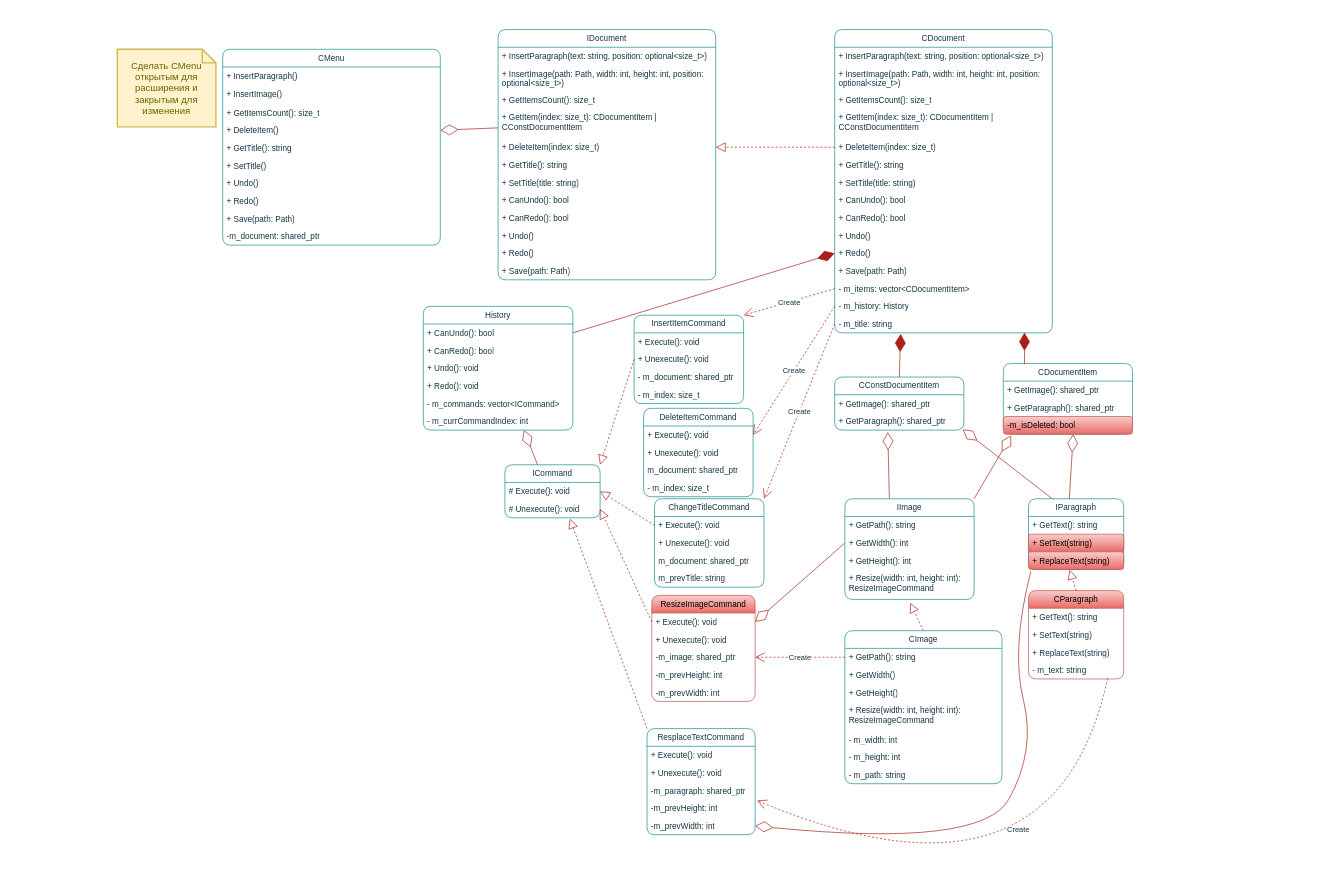
Above: lab5/DocumentEditor.drawio in KRASILNIKOV30/ood (draw.io), before the change. Source tidied: cells renumbered, new cells numbered last; positions are measured from the earlier drawing's top-left corner, leaving out a move shared by most shapes. Both pictures are drawn from the tidied source at 68%, with x=0, y=0 at pixel (117, 29).
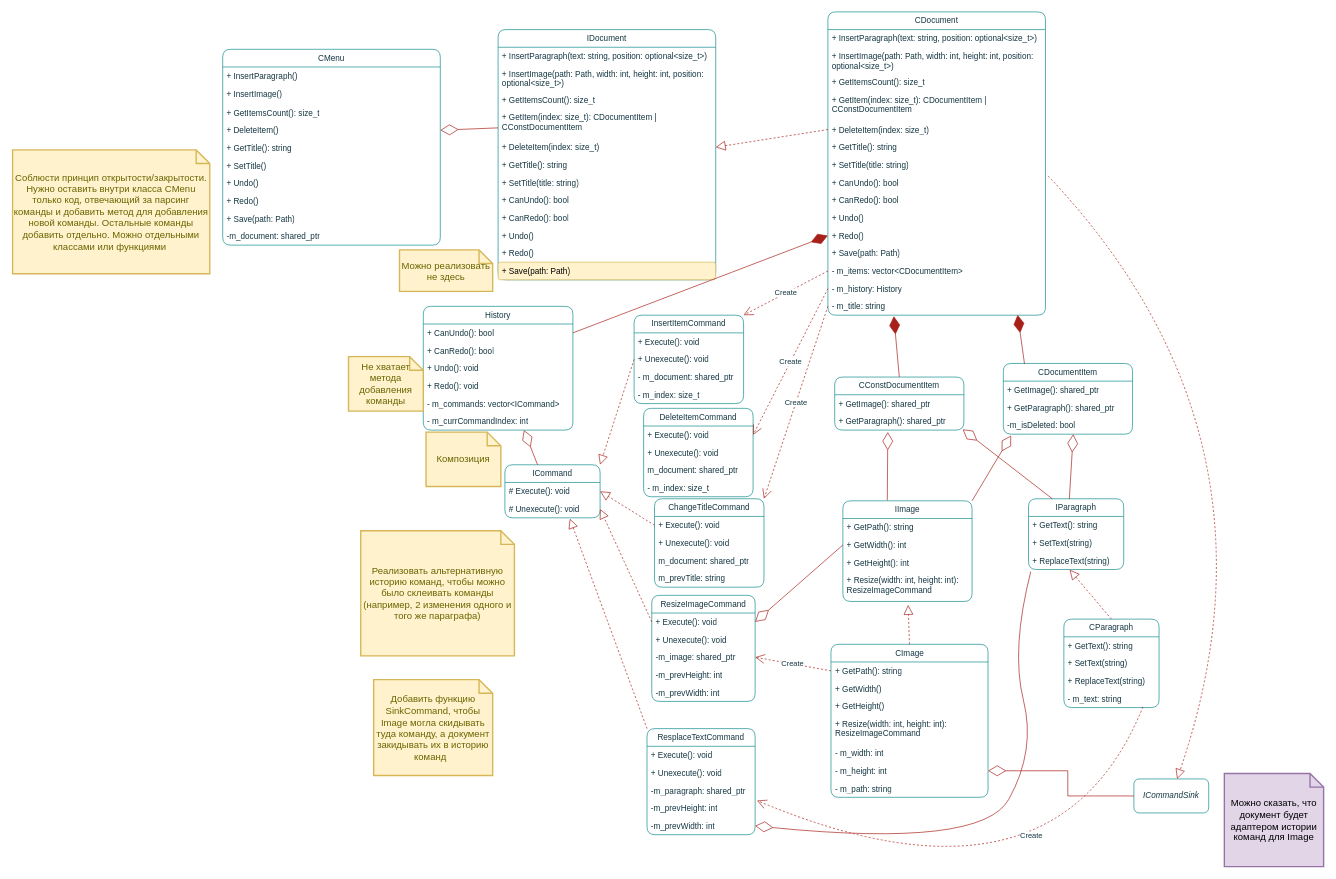
After the change.

Commit message (it also covers changes not shown here):
Обновил схему 5 лабы

Unchanged cells that the change refers to:
```xml
<mxCell id="2" value="IDocument" style="swimlane;fontStyle=0;horizontal=1;startSize=26;fillColor=none;whiteSpace=wrap;html=1;rounded=1;labelBackgroundColor=none;strokeColor=#0F8B8D;fontColor=#143642;" parent="1" vertex="1">
  <mxGeometry x="560" width="320" height="368" as="geometry" />
</mxCell>
<mxCell id="15" value="IParagraph" style="swimlane;fontStyle=0;horizontal=1;startSize=26;fillColor=none;whiteSpace=wrap;html=1;strokeColor=#0F8B8D;fontColor=#143642;rounded=1;labelBackgroundColor=none;" parent="1" vertex="1">
  <mxGeometry x="1340" y="690" width="140" height="104" as="geometry" />
</mxCell>
<mxCell id="27" value="CDocumentItem" style="swimlane;fontStyle=0;horizontal=1;startSize=26;fillColor=none;whiteSpace=wrap;html=1;strokeColor=#0F8B8D;fontColor=#143642;rounded=1;labelBackgroundColor=none;" parent="1" vertex="1">
  <mxGeometry x="1303" y="491" width="190" height="104" as="geometry" />
</mxCell>
<mxCell id="49" value="+ CanUndo(): bool&lt;span style=&quot;white-space: pre;&quot;&gt;&#9;&lt;/span&gt;" style="text;strokeColor=none;fillColor=none;align=left;verticalAlign=top;spacingLeft=4;spacingRight=4;overflow=hidden;points=[[0,0.5],[1,0.5]];portConstraint=eastwest;whiteSpace=wrap;html=1;rounded=1;labelBackgroundColor=none;fontColor=#143642;" parent="41" vertex="1">
  <mxGeometry y="238" width="320" height="26" as="geometry" />
</mxCell>
<mxCell id="84" value="- m_height: int" style="text;strokeColor=none;fillColor=none;align=left;verticalAlign=top;spacingLeft=4;spacingRight=4;overflow=hidden;points=[[0,0.5],[1,0.5]];portConstraint=eastwest;whiteSpace=wrap;html=1;fontColor=#143642;rounded=1;labelBackgroundColor=none;" parent="78" vertex="1">
  <mxGeometry y="173" width="231" height="26" as="geometry" />
</mxCell>
```

Change to the diagram source:
```diff
@@
-    <mxCell id="14" value="+ Save(path: Path)" style="text;strokeColor=none;fillColor=none;align=left;verticalAlign=top;spacingLeft=4;spacingRight=4;overflow=hidden;whiteSpace=wrap;html=1;rounded=1;labelBackgroundColor=none;fontColor=#143642;" parent="2" vertex="1">
+    <mxCell id="14" value="+ Save(path: Path)" style="text;strokeColor=#d6b656;fillColor=#fff2cc;align=left;verticalAlign=top;spacingLeft=4;spacingRight=4;overflow=hidden;whiteSpace=wrap;html=1;rounded=1;labelBackgroundColor=none;" parent="2" vertex="1">
       <mxGeometry y="342" width="320" height="26" as="geometry" />
     </mxCell>
@@
-    <mxCell id="17" value="+ SetText(string)" style="text;strokeColor=#b85450;fillColor=#f8cecc;align=left;verticalAlign=top;spacingLeft=4;spacingRight=4;overflow=hidden;whiteSpace=wrap;html=1;rounded=1;labelBackgroundColor=none;gradientColor=#ea6b66;" parent="15" vertex="1">
+    <mxCell id="17" value="+ SetText(string)" style="text;strokeColor=none;fillColor=none;align=left;verticalAlign=top;spacingLeft=4;spacingRight=4;overflow=hidden;whiteSpace=wrap;html=1;fontColor=#143642;rounded=1;labelBackgroundColor=none;" parent="15" vertex="1">
       <mxGeometry y="52" width="140" height="26" as="geometry" />
     </mxCell>
-    <mxCell id="18" value="+ ReplaceText(string)" style="text;strokeColor=#b85450;fillColor=#f8cecc;align=left;verticalAlign=top;spacingLeft=4;spacingRight=4;overflow=hidden;points=[[0,0.5],[1,0.5]];portConstraint=eastwest;whiteSpace=wrap;html=1;rounded=1;labelBackgroundColor=none;gradientColor=#ea6b66;" parent="15" vertex="1">
+    <mxCell id="18" value="+ ReplaceText(string)" style="text;strokeColor=none;fillColor=none;align=left;verticalAlign=top;spacingLeft=4;spacingRight=4;overflow=hidden;points=[[0,0.5],[1,0.5]];portConstraint=eastwest;whiteSpace=wrap;html=1;fontColor=#143642;rounded=1;labelBackgroundColor=none;" parent="15" vertex="1">
       <mxGeometry y="78" width="140" height="26" as="geometry" />
     </mxCell>
     <mxCell id="19" value="IImage" style="swimlane;fontStyle=0;horizontal=1;startSize=26;fillColor=none;whiteSpace=wrap;html=1;strokeColor=#0F8B8D;fontColor=#143642;rounded=1;labelBackgroundColor=none;" parent="1" vertex="1">
-      <mxGeometry x="1070" y="690" width="190" height="148" as="geometry" />
+      <mxGeometry x="1067" y="693" width="190" height="148" as="geometry" />
     </mxCell>
@@
-    <mxCell id="30" value="-m_isDeleted: bool" style="text;strokeColor=#b85450;fillColor=#f8cecc;align=left;verticalAlign=top;spacingLeft=4;spacingRight=4;overflow=hidden;points=[[0,0.5],[1,0.5]];portConstraint=eastwest;whiteSpace=wrap;html=1;rounded=1;labelBackgroundColor=none;gradientColor=#ea6b66;" parent="27" vertex="1">
+    <mxCell id="30" value="-m_isDeleted: bool" style="text;strokeColor=none;fillColor=none;align=left;verticalAlign=top;spacingLeft=4;spacingRight=4;overflow=hidden;points=[[0,0.5],[1,0.5]];portConstraint=eastwest;whiteSpace=wrap;html=1;fontColor=#143642;rounded=1;labelBackgroundColor=none;" parent="27" vertex="1">
       <mxGeometry y="78" width="190" height="26" as="geometry" />
     </mxCell>
@@
     <mxCell id="41" value="CDocument" style="swimlane;fontStyle=0;horizontal=1;startSize=26;fillColor=none;whiteSpace=wrap;html=1;rounded=1;labelBackgroundColor=none;strokeColor=#0F8B8D;fontColor=#143642;" parent="1" vertex="1">
-      <mxGeometry x="1055" width="320" height="446" as="geometry" />
+      <mxGeometry x="1045" y="-26" width="320" height="446" as="geometry" />
     </mxCell>
@@
-    <mxCell id="65" value="ResizeImageCommand" style="swimlane;fontStyle=0;horizontal=1;startSize=26;fillColor=#f8cecc;whiteSpace=wrap;html=1;strokeColor=#b85450;rounded=1;labelBackgroundColor=none;gradientColor=#ea6b66;" parent="1" vertex="1">
+    <mxCell id="65" value="ResizeImageCommand" style="swimlane;fontStyle=0;horizontal=1;startSize=26;fillColor=none;whiteSpace=wrap;html=1;strokeColor=#0F8B8D;fontColor=#143642;rounded=1;labelBackgroundColor=none;" parent="1" vertex="1">
       <mxGeometry x="786" y="832" width="152" height="156" as="geometry" />
     </mxCell>
@@
     <mxCell id="78" value="CImage" style="swimlane;fontStyle=0;horizontal=1;startSize=26;fillColor=none;whiteSpace=wrap;html=1;strokeColor=#0F8B8D;fontColor=#143642;rounded=1;labelBackgroundColor=none;" parent="1" vertex="1">
-      <mxGeometry x="1070" y="884" width="231" height="225" as="geometry" />
+      <mxGeometry x="1049.5" y="904" width="231" height="225" as="geometry" />
     </mxCell>
@@
-    <mxCell id="87" value="CParagraph" style="swimlane;fontStyle=0;horizontal=1;startSize=26;fillColor=#f8cecc;whiteSpace=wrap;html=1;strokeColor=#b85450;rounded=1;labelBackgroundColor=none;gradientColor=#ea6b66;" parent="1" vertex="1">
-      <mxGeometry x="1340" y="825" width="140" height="130" as="geometry" />
+    <mxCell id="87" value="CParagraph" style="swimlane;fontStyle=0;horizontal=1;startSize=26;fillColor=none;whiteSpace=wrap;html=1;strokeColor=#0F8B8D;fontColor=#143642;rounded=1;labelBackgroundColor=none;" parent="1" vertex="1">
+      <mxGeometry x="1392" y="867" width="140" height="130" as="geometry" />
     </mxCell>
@@
-    <mxCell id="131" value="Сделать CMenu открытым для расширения и закрытым для изменения" style="shape=note;strokeWidth=2;fontSize=14;size=20;whiteSpace=wrap;html=1;fillColor=#fff2cc;strokeColor=#d6b656;fontColor=#666600;" parent="1" vertex="1">
-      <mxGeometry y="29" width="145" height="114" as="geometry" />
-    </mxCell>
+    <mxCell id="132" value="Соблюсти принцип открытости/закрытости. Нужно оставить внутри класса CMenu только код, отвечающий за парсинг команды и добавить метод для добавления новой команды. Остальные команды добавить отдельно. Можно отдельными классами или функциями&amp;nbsp;" style="shape=note;strokeWidth=2;fontSize=14;size=20;whiteSpace=wrap;html=1;fillColor=#fff2cc;strokeColor=#d6b656;fontColor=#666600;" parent="1" vertex="1">
+      <mxGeometry x="-154" y="177" width="290" height="182" as="geometry" />
+    </mxCell>
+    <mxCell id="133" value="Не хватает метода добавления команды" style="shape=note;strokeWidth=2;fontSize=14;size=20;whiteSpace=wrap;html=1;fillColor=#fff2cc;strokeColor=#d6b656;fontColor=#666600;" parent="1" vertex="1">
+      <mxGeometry x="340" y="481" width="110" height="80" as="geometry" />
+    </mxCell>
+    <mxCell id="134" value="Композиция" style="shape=note;strokeWidth=2;fontSize=14;size=20;whiteSpace=wrap;html=1;fillColor=#fff2cc;strokeColor=#d6b656;fontColor=#666600;" parent="1" vertex="1">
+      <mxGeometry x="454" y="592" width="110" height="80" as="geometry" />
+    </mxCell>
+    <mxCell id="135" value="Реализовать альтернативную историю команд, чтобы можно было склеивать команды (например, 2 изменения одного и того же параграфа)" style="shape=note;strokeWidth=2;fontSize=14;size=20;whiteSpace=wrap;html=1;fillColor=#fff2cc;strokeColor=#d6b656;fontColor=#666600;" parent="1" vertex="1">
+      <mxGeometry x="358" y="737" width="226" height="184" as="geometry" />
+    </mxCell>
+    <mxCell id="136" value="Добавить функцию SinkCommand, чтобы Image могла скидывать туда команду, а документ закидывать их в историю команд&amp;nbsp;&amp;nbsp;" style="shape=note;strokeWidth=2;fontSize=14;size=20;whiteSpace=wrap;html=1;fillColor=#fff2cc;strokeColor=#d6b656;fontColor=#666600;" parent="1" vertex="1">
+      <mxGeometry x="377" y="956" width="175" height="141" as="geometry" />
+    </mxCell>
+    <mxCell id="137" value="&lt;i&gt;ICommandSink&lt;/i&gt;" style="html=1;whiteSpace=wrap;rounded=1;strokeColor=#0F8B8D;align=center;verticalAlign=middle;fontFamily=Helvetica;fontSize=12;fontColor=#143642;fontStyle=0;labelBackgroundColor=none;fillColor=none;" parent="1" vertex="1">
+      <mxGeometry x="1495" y="1102" width="110" height="50" as="geometry" />
+    </mxCell>
+    <mxCell id="138" style="endArrow=block;dashed=1;endFill=0;endSize=12;html=1;rounded=0;fontFamily=Helvetica;fontSize=11;fontColor=#143642;fontStyle=0;labelBackgroundColor=default;strokeColor=#A8201A;align=center;verticalAlign=middle;curved=1;fillColor=#FAE5C7;exitX=1.012;exitY=0.124;exitDx=0;exitDy=0;exitPerimeter=0;" parent="1" edge="1" source="49" target="137">
+      <mxGeometry relative="1" as="geometry">
+        <Array as="points">
+          <mxPoint x="1731" y="598" />
+        </Array>
+      </mxGeometry>
+    </mxCell>
+    <mxCell id="139" style="edgeStyle=orthogonalEdgeStyle;rounded=0;jettySize=auto;html=1;fontFamily=Helvetica;fontSize=11;fontColor=#143642;fontStyle=0;labelBackgroundColor=default;strokeColor=#A8201A;align=center;verticalAlign=middle;endArrow=diamondThin;endFill=0;endSize=24;fillColor=#FAE5C7;exitX=0;exitY=0.5;exitDx=0;exitDy=0;" parent="1" edge="1" source="137" target="84">
+      <mxGeometry relative="1" as="geometry" />
+    </mxCell>
+    <mxCell id="140" value="Можно сказать, что документ будет адаптером истории команд для Image" style="shape=note;strokeWidth=2;fontSize=14;size=20;whiteSpace=wrap;html=1;fillColor=#e1d5e7;strokeColor=#9673a6;rounded=1;align=center;verticalAlign=middle;fontFamily=Helvetica;fontStyle=0;labelBackgroundColor=none;" parent="1" vertex="1">
+      <mxGeometry x="1628" y="1094" width="146" height="137" as="geometry" />
+    </mxCell>
+    <mxCell id="141" value="Можно реализовать не здесь" style="shape=note;strokeWidth=2;fontSize=14;size=20;whiteSpace=wrap;html=1;fillColor=#fff2cc;strokeColor=#d6b656;fontColor=#666600;rounded=1;align=center;verticalAlign=middle;fontFamily=Helvetica;fontStyle=0;labelBackgroundColor=none;" parent="1" vertex="1">
+      <mxGeometry x="415" y="324" width="137" height="61" as="geometry" />
+    </mxCell>
```
